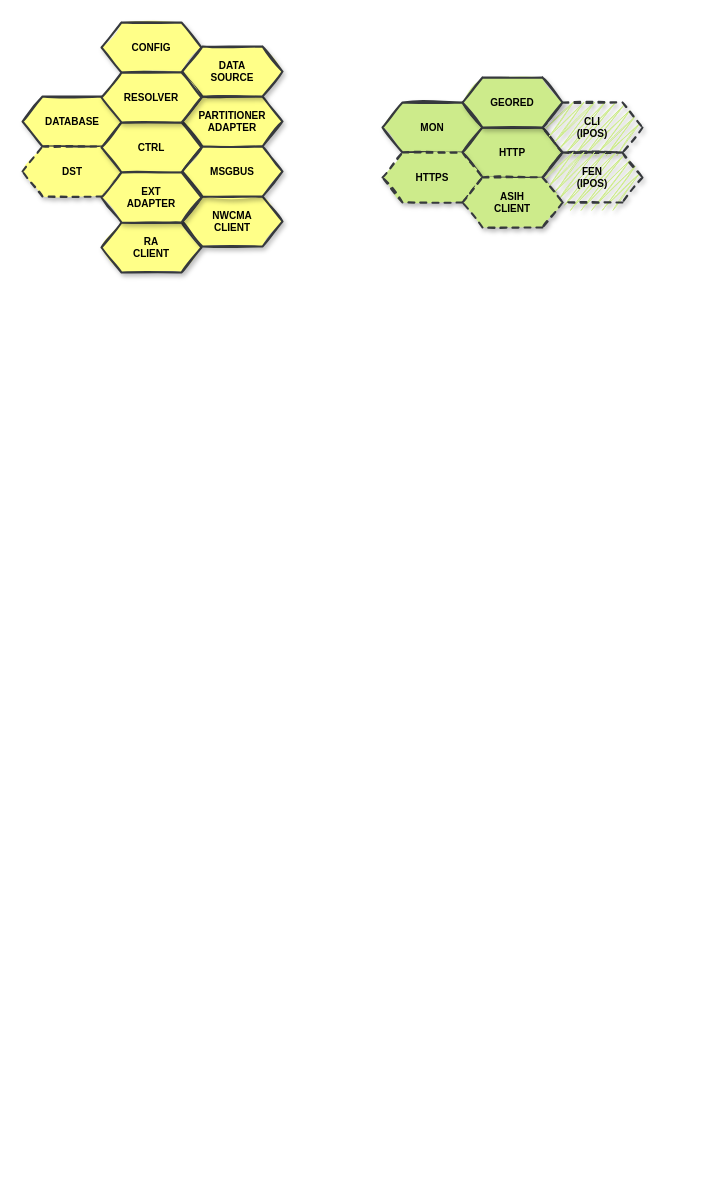
This is page "第 3 页" (3 of 5) of http_server.drawio from SunLucc/Test, a draw.io file, before an edit. Source tidied: cells renumbered, new cells numbered last; positions are measured from the earlier drawing's top-left corner, leaving out a move shared by most shapes. Both pictures are drawn from the tidied source at 100%, with x=0, y=0 at pixel (22, 22).
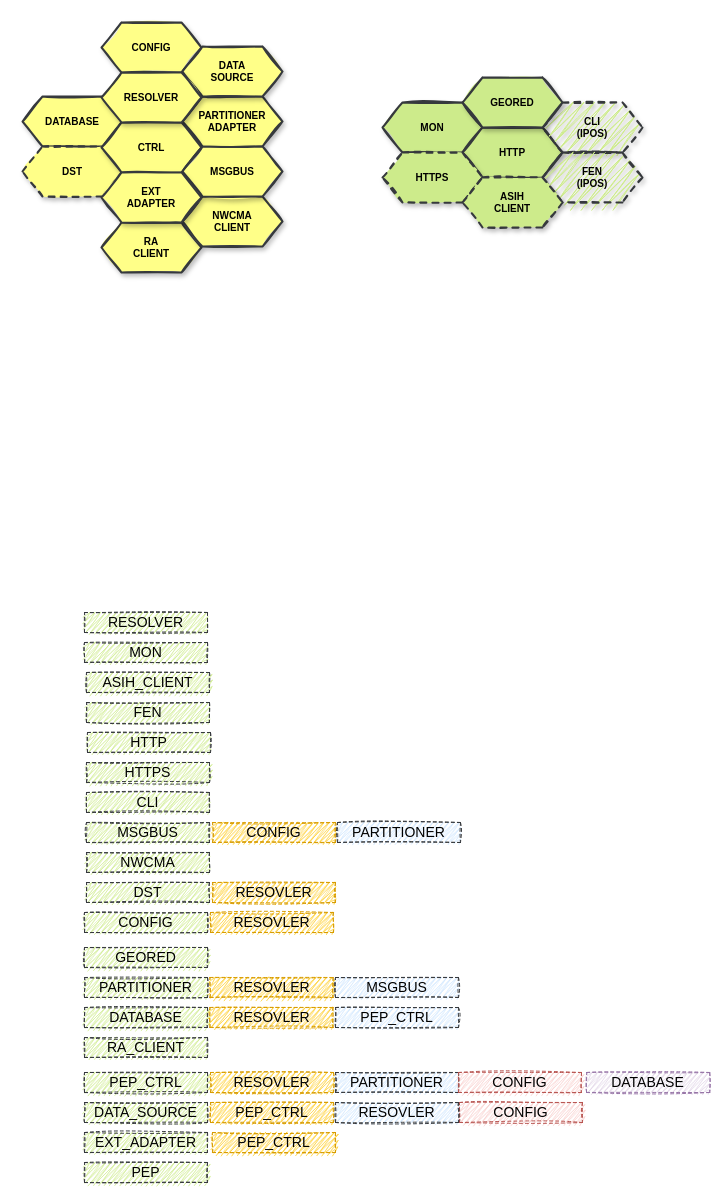
Above is the later version.

What changed in the source:
```diff
@@
+    <mxCell id="21" value="FEN" style="whiteSpace=wrap;html=1;align=center;rounded=0;dashed=1;sketch=1;fillStyle=zigzag;fontSize=14;fillColor=#cdeb8b;strokeColor=#36393d;" parent="1" vertex="1">
+      <mxGeometry x="64" y="680" width="123" height="20" as="geometry" />
+    </mxCell>
+    <mxCell id="22" value="HTTPS" style="whiteSpace=wrap;html=1;align=center;rounded=0;dashed=1;sketch=1;fillStyle=zigzag;fontSize=14;fillColor=#cdeb8b;strokeColor=#36393d;" parent="1" vertex="1">
+      <mxGeometry x="64" y="740" width="123" height="20" as="geometry" />
+    </mxCell>
+    <mxCell id="23" value="CLI" style="whiteSpace=wrap;html=1;align=center;rounded=0;dashed=1;sketch=1;fillStyle=zigzag;fontSize=14;fillColor=#cdeb8b;strokeColor=#36393d;" parent="1" vertex="1">
+      <mxGeometry x="64" y="770" width="123" height="20" as="geometry" />
+    </mxCell>
+    <mxCell id="24" value="MSGBUS" style="whiteSpace=wrap;html=1;align=center;rounded=0;dashed=1;sketch=1;fillStyle=zigzag;fontSize=14;fillColor=#cdeb8b;strokeColor=#36393d;" parent="1" vertex="1">
+      <mxGeometry x="64" y="800" width="123" height="20" as="geometry" />
+    </mxCell>
+    <mxCell id="25" value="NWCMA" style="whiteSpace=wrap;html=1;align=center;rounded=0;dashed=1;sketch=1;fillStyle=zigzag;fontSize=14;fillColor=#cdeb8b;strokeColor=#36393d;" parent="1" vertex="1">
+      <mxGeometry x="64" y="830" width="123" height="20" as="geometry" />
+    </mxCell>
+    <mxCell id="26" value="DST" style="whiteSpace=wrap;html=1;align=center;rounded=0;dashed=1;sketch=1;fillStyle=zigzag;fontSize=14;fillColor=#cdeb8b;strokeColor=#36393d;" parent="1" vertex="1">
+      <mxGeometry x="64" y="860" width="123" height="20" as="geometry" />
+    </mxCell>
+    <mxCell id="27" value="GEORED" style="whiteSpace=wrap;html=1;align=center;rounded=0;dashed=1;sketch=1;fillStyle=zigzag;fontSize=14;fillColor=#cdeb8b;strokeColor=#36393d;" parent="1" vertex="1">
+      <mxGeometry x="62" y="925" width="123" height="20" as="geometry" />
+    </mxCell>
+    <mxCell id="28" value="CONFIG" style="whiteSpace=wrap;html=1;align=center;rounded=0;dashed=1;sketch=1;fillStyle=zigzag;fontSize=14;fillColor=#cdeb8b;strokeColor=#36393d;" parent="1" vertex="1">
+      <mxGeometry x="62" y="890" width="123" height="20" as="geometry" />
+    </mxCell>
+    <mxCell id="29" value="PARTITIONER" style="whiteSpace=wrap;html=1;align=center;rounded=0;dashed=1;sketch=1;fillStyle=zigzag;fontSize=14;fillColor=#cdeb8b;strokeColor=#36393d;" parent="1" vertex="1">
+      <mxGeometry x="62" y="955" width="123" height="20" as="geometry" />
+    </mxCell>
+    <mxCell id="30" value="DATABASE" style="whiteSpace=wrap;html=1;align=center;rounded=0;dashed=1;sketch=1;fillStyle=zigzag;fontSize=14;fillColor=#cdeb8b;strokeColor=#36393d;" parent="1" vertex="1">
+      <mxGeometry x="62" y="985" width="123" height="20" as="geometry" />
+    </mxCell>
+    <mxCell id="31" value="RA_CLIENT" style="whiteSpace=wrap;html=1;align=center;rounded=0;dashed=1;sketch=1;fillStyle=zigzag;fontSize=14;fillColor=#cdeb8b;strokeColor=#36393d;" parent="1" vertex="1">
+      <mxGeometry x="62" y="1015" width="123" height="20" as="geometry" />
+    </mxCell>
+    <mxCell id="32" value="PEP_CTRL" style="whiteSpace=wrap;html=1;align=center;rounded=0;dashed=1;sketch=1;fillStyle=zigzag;fontSize=14;fillColor=#cdeb8b;strokeColor=#36393d;" parent="1" vertex="1">
+      <mxGeometry x="62" y="1050" width="123" height="20" as="geometry" />
+    </mxCell>
+    <mxCell id="33" value="DATA_SOURCE" style="whiteSpace=wrap;html=1;align=center;rounded=0;dashed=1;sketch=1;fillStyle=zigzag;fontSize=14;fillColor=#cdeb8b;strokeColor=#36393d;" parent="1" vertex="1">
+      <mxGeometry x="62" y="1080" width="123" height="20" as="geometry" />
+    </mxCell>
+    <mxCell id="34" value="EXT_ADAPTER" style="whiteSpace=wrap;html=1;align=center;rounded=0;dashed=1;sketch=1;fillStyle=zigzag;fontSize=14;fillColor=#cdeb8b;strokeColor=#36393d;" parent="1" vertex="1">
+      <mxGeometry x="62" y="1110" width="123" height="20" as="geometry" />
+    </mxCell>
+    <mxCell id="35" value="PEP" style="whiteSpace=wrap;html=1;align=center;rounded=0;dashed=1;sketch=1;fillStyle=zigzag;fontSize=14;fillColor=#cdeb8b;strokeColor=#36393d;" parent="1" vertex="1">
+      <mxGeometry x="62" y="1140" width="123" height="20" as="geometry" />
+    </mxCell>
+    <mxCell id="36" value="RESOVLER" style="whiteSpace=wrap;html=1;align=center;rounded=0;dashed=1;sketch=1;fillStyle=zigzag;fontSize=14;fillColor=#ffcd28;strokeColor=#d79b00;gradientColor=#ffa500;" parent="1" vertex="1">
+      <mxGeometry x="188" y="890" width="123" height="20" as="geometry" />
+    </mxCell>
+    <mxCell id="37" value="RESOVLER" style="whiteSpace=wrap;html=1;align=center;rounded=0;dashed=1;sketch=1;fillStyle=zigzag;fontSize=14;fillColor=#ffcd28;strokeColor=#d79b00;gradientColor=#ffa500;" parent="1" vertex="1">
+      <mxGeometry x="187.5" y="985" width="123" height="20" as="geometry" />
+    </mxCell>
+    <mxCell id="38" value="PEP_CTRL" style="whiteSpace=wrap;html=1;align=center;rounded=0;dashed=1;sketch=1;fillStyle=zigzag;fontSize=14;fillColor=#cce5ff;strokeColor=#36393d;" parent="1" vertex="1">
+      <mxGeometry x="313" y="985" width="123" height="20" as="geometry" />
+    </mxCell>
+    <mxCell id="39" value="RESOVLER" style="whiteSpace=wrap;html=1;align=center;rounded=0;dashed=1;sketch=1;fillStyle=zigzag;fontSize=14;fillColor=#ffcd28;strokeColor=#d79b00;gradientColor=#ffa500;" parent="1" vertex="1">
+      <mxGeometry x="188" y="1050" width="123" height="20" as="geometry" />
+    </mxCell>
+    <mxCell id="40" value="RESOVLER" style="whiteSpace=wrap;html=1;align=center;rounded=0;dashed=1;sketch=1;fillStyle=zigzag;fontSize=14;fillColor=#ffcd28;strokeColor=#d79b00;gradientColor=#ffa500;" parent="1" vertex="1">
+      <mxGeometry x="187.5" y="955" width="123" height="20" as="geometry" />
+    </mxCell>
+    <mxCell id="41" value="MSGBUS" style="whiteSpace=wrap;html=1;align=center;rounded=0;dashed=1;sketch=1;fillStyle=zigzag;fontSize=14;fillColor=#cce5ff;strokeColor=#36393d;" parent="1" vertex="1">
+      <mxGeometry x="313" y="955" width="123" height="20" as="geometry" />
+    </mxCell>
+    <mxCell id="42" value="PARTITIONER" style="whiteSpace=wrap;html=1;align=center;rounded=0;dashed=1;sketch=1;fillStyle=zigzag;fontSize=14;fillColor=#cce5ff;strokeColor=#36393d;" parent="1" vertex="1">
+      <mxGeometry x="313" y="1050" width="123" height="20" as="geometry" />
+    </mxCell>
+    <mxCell id="43" value="CONFIG" style="whiteSpace=wrap;html=1;align=center;rounded=0;dashed=1;sketch=1;fillStyle=zigzag;fontSize=14;fillColor=#f8cecc;strokeColor=#b85450;" parent="1" vertex="1">
+      <mxGeometry x="436" y="1050" width="123" height="20" as="geometry" />
+    </mxCell>
+    <mxCell id="44" value="DATABASE" style="whiteSpace=wrap;html=1;align=center;rounded=0;dashed=1;sketch=1;fillStyle=zigzag;fontSize=14;fillColor=#e1d5e7;strokeColor=#9673a6;" parent="1" vertex="1">
+      <mxGeometry x="564.2" y="1050" width="123" height="20" as="geometry" />
+    </mxCell>
+    <mxCell id="45" value="PEP_CTRL" style="whiteSpace=wrap;html=1;align=center;rounded=0;dashed=1;sketch=1;fillStyle=zigzag;fontSize=14;fillColor=#ffcd28;strokeColor=#d79b00;gradientColor=#ffa500;" parent="1" vertex="1">
+      <mxGeometry x="190" y="1110" width="123" height="20" as="geometry" />
+    </mxCell>
+    <mxCell id="46" value="RESOVLER" style="whiteSpace=wrap;html=1;align=center;rounded=0;dashed=1;sketch=1;fillStyle=zigzag;fontSize=14;fillColor=#ffcd28;strokeColor=#d79b00;gradientColor=#ffa500;" parent="1" vertex="1">
+      <mxGeometry x="190" y="860" width="123" height="20" as="geometry" />
+    </mxCell>
+    <mxCell id="47" value="PEP_CTRL" style="whiteSpace=wrap;html=1;align=center;rounded=0;dashed=1;sketch=1;fillStyle=zigzag;fontSize=14;fillColor=#ffcd28;strokeColor=#d79b00;gradientColor=#ffa500;" parent="1" vertex="1">
+      <mxGeometry x="188" y="1080" width="123" height="20" as="geometry" />
+    </mxCell>
+    <mxCell id="48" value="CONFIG" style="whiteSpace=wrap;html=1;align=center;rounded=0;dashed=1;sketch=1;fillStyle=zigzag;fontSize=14;fillColor=#f8cecc;strokeColor=#b85450;" parent="1" vertex="1">
+      <mxGeometry x="437" y="1080" width="123" height="20" as="geometry" />
+    </mxCell>
+    <mxCell id="49" value="RESOVLER" style="whiteSpace=wrap;html=1;align=center;rounded=0;dashed=1;sketch=1;fillStyle=zigzag;fontSize=14;fillColor=#cce5ff;strokeColor=#36393d;" parent="1" vertex="1">
+      <mxGeometry x="313" y="1080" width="123" height="20" as="geometry" />
+    </mxCell>
+    <mxCell id="50" value="PARTITIONER" style="whiteSpace=wrap;html=1;align=center;rounded=0;dashed=1;sketch=1;fillStyle=zigzag;fontSize=14;fillColor=#cce5ff;strokeColor=#36393d;" parent="1" vertex="1">
+      <mxGeometry x="315" y="800" width="123" height="20" as="geometry" />
+    </mxCell>
+    <mxCell id="51" value="CONFIG" style="whiteSpace=wrap;html=1;align=center;rounded=0;dashed=1;sketch=1;fillStyle=zigzag;fontSize=14;fillColor=#ffcd28;strokeColor=#d79b00;gradientColor=#ffa500;" parent="1" vertex="1">
+      <mxGeometry x="190" y="800" width="123" height="20" as="geometry" />
+    </mxCell>
+    <mxCell id="52" value="HTTP" style="whiteSpace=wrap;html=1;align=center;rounded=0;dashed=1;sketch=1;fillStyle=zigzag;fontSize=14;fillColor=#cdeb8b;strokeColor=#36393d;" parent="1" vertex="1">
+      <mxGeometry x="65" y="710" width="123" height="20" as="geometry" />
+    </mxCell>
+    <mxCell id="53" value="ASIH_CLIENT" style="whiteSpace=wrap;html=1;align=center;rounded=0;dashed=1;sketch=1;fillStyle=zigzag;fontSize=14;fillColor=#cdeb8b;strokeColor=#36393d;" parent="1" vertex="1">
+      <mxGeometry x="64" y="650" width="123" height="20" as="geometry" />
+    </mxCell>
+    <mxCell id="54" value="MON" style="whiteSpace=wrap;html=1;align=center;rounded=0;dashed=1;sketch=1;fillStyle=zigzag;fontSize=14;fillColor=#cdeb8b;strokeColor=#36393d;" parent="1" vertex="1">
+      <mxGeometry x="62" y="620" width="123" height="20" as="geometry" />
+    </mxCell>
+    <mxCell id="55" value="RESOLVER" style="whiteSpace=wrap;html=1;align=center;rounded=0;dashed=1;sketch=1;fillStyle=zigzag;fontSize=14;fillColor=#cdeb8b;strokeColor=#36393d;" parent="1" vertex="1">
+      <mxGeometry x="62" y="590" width="123" height="20" as="geometry" />
+    </mxCell>
```
